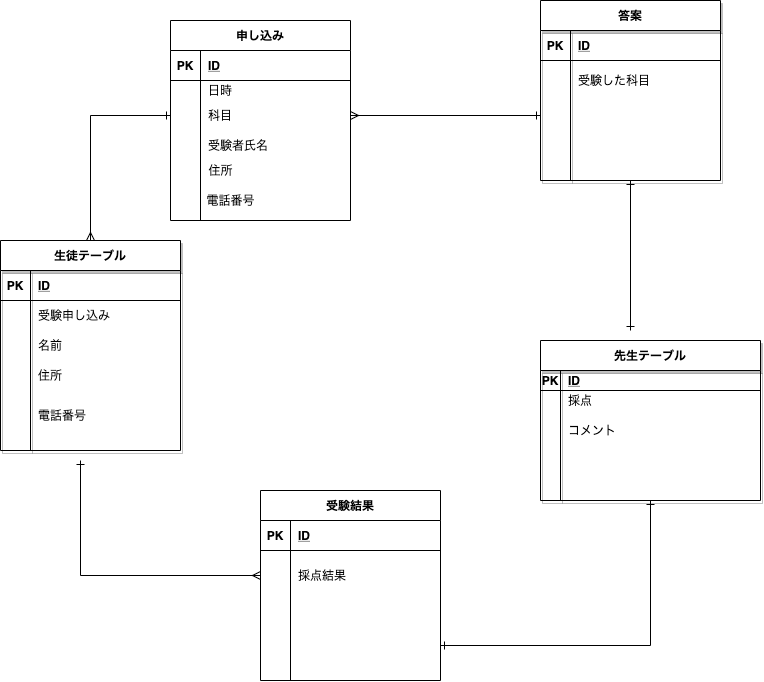
Earlier version of the draw.io export indesx.drawio.png (oninopantsu/diagrams.net). Source tidied: cells renumbered, new cells last; positions are measured from the earlier drawing's top-left corner, leaving out a move shared by most shapes.
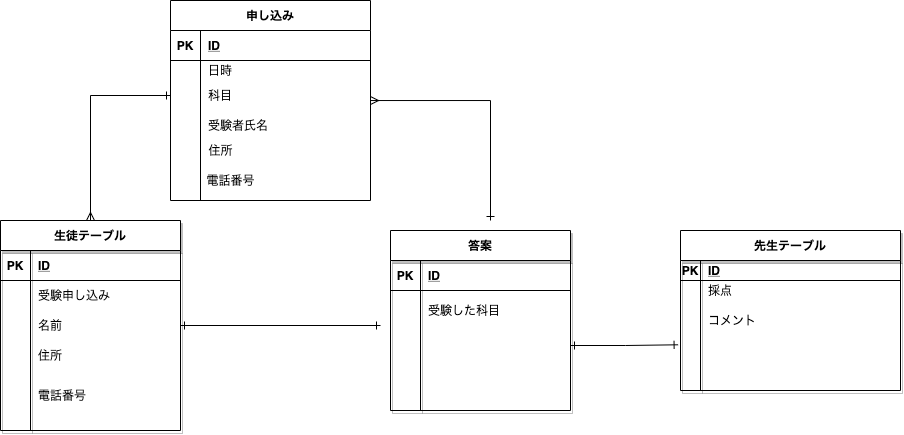
The same file after the commit.

The edit, as a diff of the source:
```diff
@@ -2,11 +2,8 @@
   <root>
     <mxCell id="0" />
     <mxCell id="1" parent="0" />
-    <mxCell id="2" style="edgeStyle=orthogonalEdgeStyle;rounded=0;jettySize=auto;html=1;entryX=1;entryY=0.5;entryDx=0;entryDy=0;startArrow=ERone;startFill=0;endArrow=ERone;endFill=0;" parent="1" edge="1" source="3" target="54">
-      <mxGeometry relative="1" as="geometry" />
-    </mxCell>
     <mxCell id="3" value="先生テーブル" style="shape=table;startSize=30;rowLines=0;fontStyle=1;align=center;shadow=1;" parent="1" vertex="1">
-      <mxGeometry x="540" y="340" width="220" height="160" as="geometry" />
+      <mxGeometry x="680" y="250" width="220" height="160" as="geometry" />
     </mxCell>
     <mxCell id="4" style="shape=partialRectangle;fillColor=none;top=0;left=0;bottom=1;right=0;" parent="3" vertex="1">
       <mxGeometry y="30" width="220" height="20" as="geometry" />
@@ -47,6 +44,11 @@
     <mxCell id="16" style="edgeStyle=orthogonalEdgeStyle;rounded=0;jettySize=auto;html=1;entryX=0;entryY=0.5;entryDx=0;entryDy=0;startArrow=ERmany;startFill=0;endArrow=ERone;endFill=0;" parent="1" edge="1" source="17" target="68">
       <mxGeometry relative="1" as="geometry" />
     </mxCell>
+    <mxCell id="78" style="edgeStyle=orthogonalEdgeStyle;rounded=0;jettySize=auto;html=1;startArrow=ERone;startFill=0;endArrow=ERone;endFill=0;" parent="1" edge="1" source="17">
+      <mxGeometry relative="1" as="geometry">
+        <mxPoint x="380" y="345" as="targetPoint" />
+      </mxGeometry>
+    </mxCell>
     <mxCell id="17" value="生徒テーブル" style="shape=table;startSize=30;rowLines=0;fontStyle=1;align=center;shadow=1;" parent="1" vertex="1">
       <mxGeometry y="240" width="180" height="210" as="geometry" />
     </mxCell>
@@ -86,13 +88,8 @@
     <mxCell id="29" value="住所" style="shape=partialRectangle;fillColor=none;top=0;left=0;bottom=0;right=0;align=left;spacingLeft=6;overflow=hidden;" parent="27" vertex="1">
       <mxGeometry x="30" width="150" height="30" as="geometry" />
     </mxCell>
-    <mxCell id="30" style="edgeStyle=orthogonalEdgeStyle;rounded=0;jettySize=auto;html=1;endArrow=ERone;endFill=0;startArrow=ERone;startFill=0;" parent="1" edge="1" source="31">
-      <mxGeometry relative="1" as="geometry">
-        <mxPoint x="630" y="330" as="targetPoint" />
-      </mxGeometry>
-    </mxCell>
     <mxCell id="31" value="答案" style="shape=table;startSize=30;rowLines=0;fontStyle=1;align=center;shadow=1;" parent="1" vertex="1">
-      <mxGeometry x="540" width="180" height="180" as="geometry" />
+      <mxGeometry x="390" y="250" width="180" height="180" as="geometry" />
     </mxCell>
     <mxCell id="32" style="shape=partialRectangle;fillColor=none;top=0;left=0;bottom=1;right=0;" parent="31" vertex="1">
       <mxGeometry y="30" width="180" height="30" as="geometry" />
@@ -130,109 +127,61 @@
     <mxCell id="43" style="shape=partialRectangle;fillColor=none;top=0;left=0;bottom=0;right=0;align=left;spacingLeft=6;overflow=hidden;" parent="41" vertex="1">
       <mxGeometry x="30" width="150" height="30" as="geometry" />
     </mxCell>
-    <mxCell id="44" value="受験結果" style="shape=table;startSize=30;rowLines=0;fontStyle=1;align=center;" parent="1" vertex="1">
-      <mxGeometry x="260" y="490" width="180" height="190" as="geometry" />
-    </mxCell>
-    <mxCell id="45" style="shape=partialRectangle;fillColor=none;top=0;left=0;bottom=1;right=0;" parent="44" vertex="1">
-      <mxGeometry y="30" width="180" height="30" as="geometry" />
-    </mxCell>
-    <mxCell id="46" value="PK" style="shape=partialRectangle;fillColor=none;top=0;left=0;bottom=0;right=0;fontStyle=1;overflow=hidden;" parent="45" vertex="1">
-      <mxGeometry width="30" height="30" as="geometry" />
-    </mxCell>
-    <mxCell id="47" value="ID" style="shape=partialRectangle;fillColor=none;top=0;left=0;bottom=0;right=0;align=left;spacingLeft=6;fontStyle=5;overflow=hidden;" parent="45" vertex="1">
-      <mxGeometry x="30" width="150" height="30" as="geometry" />
-    </mxCell>
-    <mxCell id="48" style="shape=partialRectangle;fillColor=none;top=0;left=0;bottom=0;right=0;points=[[0,0.5],[1,0.5]];portConstraint=eastwest;" parent="44" vertex="1">
-      <mxGeometry y="60" width="180" height="50" as="geometry" />
-    </mxCell>
-    <mxCell id="49" style="shape=partialRectangle;fillColor=none;top=0;left=0;bottom=0;right=0;overflow=hidden;" parent="48" vertex="1">
-      <mxGeometry width="30" height="50" as="geometry" />
-    </mxCell>
-    <mxCell id="50" value="採点結果" style="shape=partialRectangle;fillColor=none;top=0;left=0;bottom=0;right=0;align=left;spacingLeft=6;overflow=hidden;" parent="48" vertex="1">
-      <mxGeometry x="30" width="150" height="50" as="geometry" />
-    </mxCell>
-    <mxCell id="51" style="shape=partialRectangle;fillColor=none;top=0;left=0;bottom=0;right=0;" parent="44" vertex="1">
-      <mxGeometry y="110" width="180" height="30" as="geometry" />
-    </mxCell>
-    <mxCell id="52" style="shape=partialRectangle;fillColor=none;top=0;left=0;bottom=0;right=0;overflow=hidden;" parent="51" vertex="1">
-      <mxGeometry width="30" height="30" as="geometry" />
-    </mxCell>
-    <mxCell id="53" style="shape=partialRectangle;fillColor=none;top=0;left=0;bottom=0;right=0;align=left;spacingLeft=6;overflow=hidden;" parent="51" vertex="1">
-      <mxGeometry x="30" width="150" height="30" as="geometry" />
-    </mxCell>
-    <mxCell id="54" style="shape=partialRectangle;fillColor=none;top=0;left=0;bottom=0;right=0;points=[[0,0.5],[1,0.5]];portConstraint=eastwest;" parent="44" vertex="1">
-      <mxGeometry y="140" width="180" height="30" as="geometry" />
-    </mxCell>
-    <mxCell id="55" style="shape=partialRectangle;fillColor=none;top=0;left=0;bottom=0;right=0;overflow=hidden;" parent="54" vertex="1">
-      <mxGeometry width="30" height="30" as="geometry" />
-    </mxCell>
-    <mxCell id="56" style="shape=partialRectangle;fillColor=none;top=0;left=0;bottom=0;right=0;align=left;spacingLeft=6;overflow=hidden;" parent="54" vertex="1">
-      <mxGeometry x="30" width="150" height="30" as="geometry" />
-    </mxCell>
-    <mxCell id="57" style="shape=partialRectangle;fillColor=none;top=0;left=0;bottom=0;right=0;" parent="44" vertex="1">
-      <mxGeometry y="170" width="180" height="20" as="geometry" />
-    </mxCell>
-    <mxCell id="58" style="shape=partialRectangle;fillColor=none;top=0;left=0;bottom=0;right=0;overflow=hidden;" parent="57" vertex="1">
-      <mxGeometry width="30" height="20" as="geometry" />
-    </mxCell>
-    <mxCell id="59" style="shape=partialRectangle;fillColor=none;top=0;left=0;bottom=0;right=0;align=left;spacingLeft=6;overflow=hidden;" parent="57" vertex="1">
-      <mxGeometry x="30" width="150" height="20" as="geometry" />
-    </mxCell>
     <mxCell id="60" value="電話番号" style="shape=partialRectangle;fillColor=none;top=0;left=0;bottom=0;right=0;align=left;spacingLeft=6;overflow=hidden;" parent="1" vertex="1">
       <mxGeometry x="30" y="400" width="150" height="30" as="geometry" />
     </mxCell>
+    <mxCell id="79" style="edgeStyle=orthogonalEdgeStyle;rounded=0;jettySize=auto;html=1;startArrow=ERmany;startFill=0;endArrow=ERone;endFill=0;" parent="1" edge="1" source="61">
+      <mxGeometry relative="1" as="geometry">
+        <mxPoint x="490" y="240" as="targetPoint" />
+      </mxGeometry>
+    </mxCell>
     <mxCell id="61" value="申し込み" style="shape=table;startSize=30;rowLines=0;fontStyle=1;align=center;" parent="1" vertex="1">
-      <mxGeometry x="170" y="20" width="180" height="200" as="geometry" />
+      <mxGeometry x="170" y="20" width="200" height="200" as="geometry" />
     </mxCell>
     <mxCell id="62" style="shape=partialRectangle;fillColor=none;top=0;left=0;bottom=1;right=0;" parent="61" vertex="1">
-      <mxGeometry y="30" width="180" height="30" as="geometry" />
+      <mxGeometry y="30" width="200" height="30" as="geometry" />
     </mxCell>
     <mxCell id="63" value="PK" style="shape=partialRectangle;fillColor=none;top=0;left=0;bottom=0;right=0;fontStyle=1;overflow=hidden;" parent="62" vertex="1">
       <mxGeometry width="30" height="30" as="geometry" />
     </mxCell>
     <mxCell id="64" value="ID" style="shape=partialRectangle;fillColor=none;top=0;left=0;bottom=0;right=0;align=left;spacingLeft=6;fontStyle=5;overflow=hidden;" parent="62" vertex="1">
-      <mxGeometry x="30" width="150" height="30" as="geometry" />
+      <mxGeometry x="30" width="170" height="30" as="geometry" />
     </mxCell>
     <mxCell id="65" style="shape=partialRectangle;fillColor=none;top=0;left=0;bottom=0;right=0;" parent="61" vertex="1">
-      <mxGeometry y="60" width="180" height="20" as="geometry" />
+      <mxGeometry y="60" width="200" height="20" as="geometry" />
     </mxCell>
     <mxCell id="66" style="shape=partialRectangle;fillColor=none;top=0;left=0;bottom=0;right=0;overflow=hidden;" parent="65" vertex="1">
       <mxGeometry width="30" height="20" as="geometry" />
     </mxCell>
     <mxCell id="67" value="日時" style="shape=partialRectangle;fillColor=none;top=0;left=0;bottom=0;right=0;align=left;spacingLeft=6;overflow=hidden;" parent="65" vertex="1">
-      <mxGeometry x="30" width="150" height="20" as="geometry" />
+      <mxGeometry x="30" width="170" height="20" as="geometry" />
     </mxCell>
     <mxCell id="68" style="shape=partialRectangle;fillColor=none;top=0;left=0;bottom=0;right=0;points=[[0,0.5],[1,0.5]];portConstraint=eastwest;" parent="61" vertex="1">
-      <mxGeometry y="80" width="180" height="30" as="geometry" />
+      <mxGeometry y="80" width="200" height="30" as="geometry" />
     </mxCell>
     <mxCell id="69" style="shape=partialRectangle;fillColor=none;top=0;left=0;bottom=0;right=0;overflow=hidden;" parent="68" vertex="1">
       <mxGeometry width="30" height="30" as="geometry" />
     </mxCell>
     <mxCell id="70" value="科目" style="shape=partialRectangle;fillColor=none;top=0;left=0;bottom=0;right=0;align=left;spacingLeft=6;overflow=hidden;" parent="68" vertex="1">
-      <mxGeometry x="30" width="150" height="30" as="geometry" />
+      <mxGeometry x="30" width="170" height="30" as="geometry" />
     </mxCell>
     <mxCell id="71" style="shape=partialRectangle;fillColor=none;top=0;left=0;bottom=0;right=0;" parent="61" vertex="1">
-      <mxGeometry y="110" width="180" height="30" as="geometry" />
+      <mxGeometry y="110" width="200" height="30" as="geometry" />
     </mxCell>
     <mxCell id="72" style="shape=partialRectangle;fillColor=none;top=0;left=0;bottom=0;right=0;overflow=hidden;" parent="71" vertex="1">
       <mxGeometry width="30" height="30" as="geometry" />
     </mxCell>
     <mxCell id="73" value="受験者氏名" style="shape=partialRectangle;fillColor=none;top=0;left=0;bottom=0;right=0;align=left;spacingLeft=6;overflow=hidden;" parent="71" vertex="1">
-      <mxGeometry x="30" width="150" height="30" as="geometry" />
+      <mxGeometry x="30" width="170" height="30" as="geometry" />
     </mxCell>
-    <mxCell id="74" style="edgeStyle=orthogonalEdgeStyle;rounded=0;jettySize=auto;html=1;entryX=0;entryY=0.5;entryDx=0;entryDy=0;startArrow=ERmany;startFill=0;endArrow=ERone;endFill=0;" parent="1" edge="1" source="68" target="38">
-      <mxGeometry relative="1" as="geometry" />
-    </mxCell>
     <mxCell id="75" value="住所" style="text;html=1;align=center;verticalAlign=middle;" parent="1" vertex="1">
       <mxGeometry x="200" y="160" width="40" height="20" as="geometry" />
     </mxCell>
     <mxCell id="76" value="電話番号" style="text;html=1;align=center;verticalAlign=middle;" parent="1" vertex="1">
       <mxGeometry x="200" y="190" width="60" height="20" as="geometry" />
     </mxCell>
-    <mxCell id="77" style="edgeStyle=orthogonalEdgeStyle;rounded=0;jettySize=auto;html=1;startArrow=ERmany;startFill=0;endArrow=ERone;endFill=0;" parent="1" edge="1" source="48">
-      <mxGeometry relative="1" as="geometry">
-        <mxPoint x="80" y="460" as="targetPoint" />
-      </mxGeometry>
-    </mxCell>
+    <mxCell id="80" style="edgeStyle=orthogonalEdgeStyle;rounded=0;jettySize=auto;html=1;entryX=-0.011;entryY=0.143;entryDx=0;entryDy=0;entryPerimeter=0;startArrow=ERone;startFill=0;endArrow=ERone;endFill=0;" parent="1" edge="1" source="38" target="13">
+      <mxGeometry relative="1" as="geometry" />
+    </mxCell>
   </root>
 </mxGraphModel>
```
